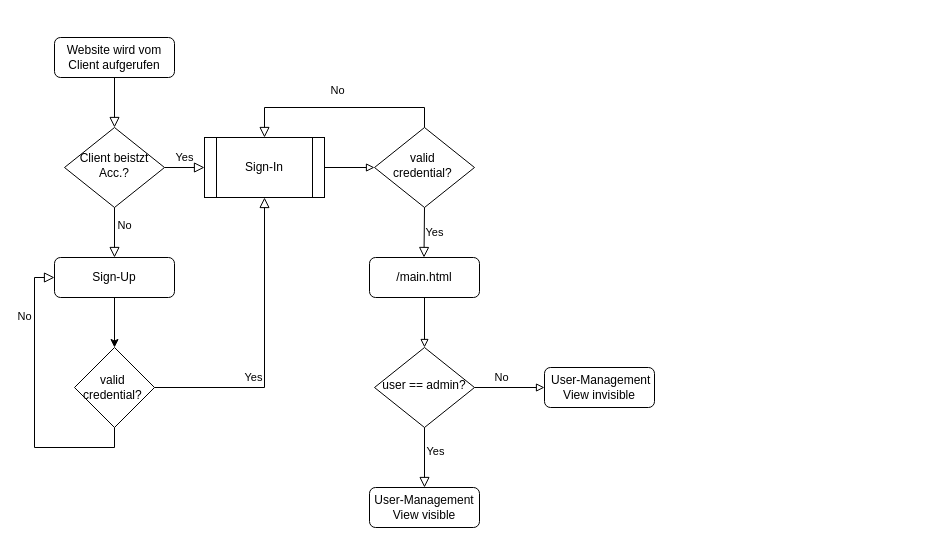
This is Unbenanntes Diagramm.drawio from Cervisiomatisch/SpringBoot_UserManagement, a draw.io file, before an edit. Source tidied: cells renumbered, new cells numbered last; positions are measured from the earlier drawing's top-left corner, leaving out a move shared by most shapes. Both pictures are drawn from the tidied source at 100%, with x=0, y=0 at pixel (54, 37).
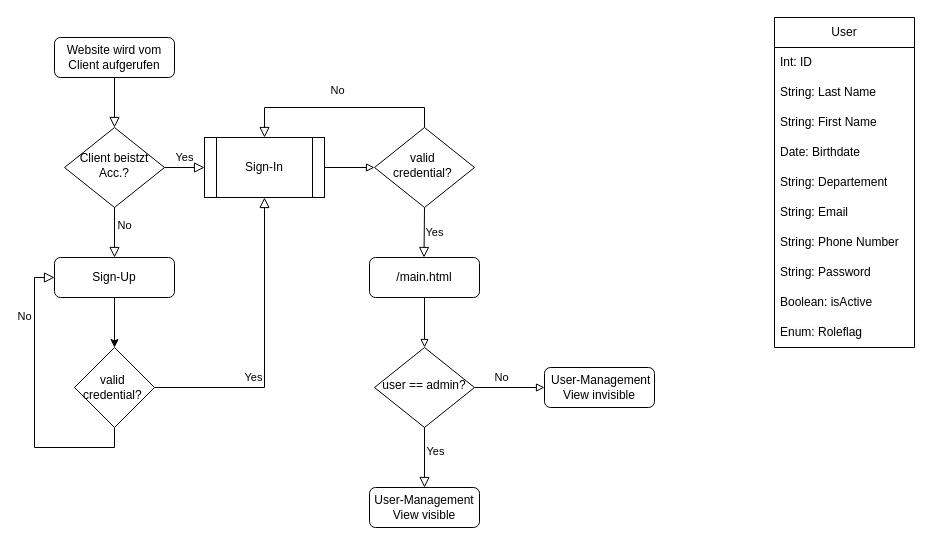
The same page after the edit.

Commit message (it also covers changes not shown here):
Userflow-chart aktualisiert

Change to the diagram source:
```diff
@@
+    <mxCell id="24" value="User" style="swimlane;fontStyle=0;horizontal=1;startSize=30;whiteSpace=wrap;html=1;" parent="1" vertex="1">
+      <mxGeometry x="720" y="-20" width="140" height="330" as="geometry" />
+    </mxCell>
+    <mxCell id="25" value="Int: ID" style="text;strokeColor=none;fillColor=none;align=left;verticalAlign=middle;spacingLeft=4;spacingRight=4;overflow=hidden;whiteSpace=wrap;html=1;" parent="24" vertex="1">
+      <mxGeometry y="30" width="140" height="30" as="geometry" />
+    </mxCell>
+    <mxCell id="26" value="String: Last Name" style="text;strokeColor=none;fillColor=none;align=left;verticalAlign=middle;spacingLeft=4;spacingRight=4;overflow=hidden;whiteSpace=wrap;html=1;" parent="24" vertex="1">
+      <mxGeometry y="60" width="140" height="30" as="geometry" />
+    </mxCell>
+    <mxCell id="27" value="String: First Name" style="text;strokeColor=none;fillColor=none;align=left;verticalAlign=middle;spacingLeft=4;spacingRight=4;overflow=hidden;whiteSpace=wrap;html=1;" parent="24" vertex="1">
+      <mxGeometry y="90" width="140" height="30" as="geometry" />
+    </mxCell>
+    <mxCell id="28" value="Date: Birthdate" style="text;strokeColor=none;fillColor=none;align=left;verticalAlign=middle;spacingLeft=4;spacingRight=4;overflow=hidden;whiteSpace=wrap;html=1;" parent="24" vertex="1">
+      <mxGeometry y="120" width="140" height="30" as="geometry" />
+    </mxCell>
+    <mxCell id="29" value="String: Departement" style="text;strokeColor=none;fillColor=none;align=left;verticalAlign=middle;spacingLeft=4;spacingRight=4;overflow=hidden;whiteSpace=wrap;html=1;" parent="24" vertex="1">
+      <mxGeometry y="150" width="140" height="30" as="geometry" />
+    </mxCell>
+    <mxCell id="30" value="String: Email" style="text;strokeColor=none;fillColor=none;align=left;verticalAlign=middle;spacingLeft=4;spacingRight=4;overflow=hidden;whiteSpace=wrap;html=1;" parent="24" vertex="1">
+      <mxGeometry y="180" width="140" height="30" as="geometry" />
+    </mxCell>
+    <mxCell id="31" value="String: Phone Number" style="text;strokeColor=none;fillColor=none;align=left;verticalAlign=middle;spacingLeft=4;spacingRight=4;overflow=hidden;whiteSpace=wrap;html=1;" parent="24" vertex="1">
+      <mxGeometry y="210" width="140" height="30" as="geometry" />
+    </mxCell>
+    <mxCell id="32" value="String: Password" style="text;strokeColor=none;fillColor=none;align=left;verticalAlign=middle;spacingLeft=4;spacingRight=4;overflow=hidden;whiteSpace=wrap;html=1;" parent="24" vertex="1">
+      <mxGeometry y="240" width="140" height="30" as="geometry" />
+    </mxCell>
+    <mxCell id="33" value="Boolean: isActive" style="text;strokeColor=none;fillColor=none;align=left;verticalAlign=middle;spacingLeft=4;spacingRight=4;overflow=hidden;whiteSpace=wrap;html=1;" parent="24" vertex="1">
+      <mxGeometry y="270" width="140" height="30" as="geometry" />
+    </mxCell>
+    <mxCell id="34" value="&lt;span style=&quot;color: rgb(0, 0, 0); font-family: Helvetica; font-size: 12px; font-style: normal; font-variant-ligatures: normal; font-variant-caps: normal; font-weight: 400; letter-spacing: normal; orphans: 2; text-align: left; text-indent: 0px; text-transform: none; widows: 2; word-spacing: 0px; -webkit-text-stroke-width: 0px; white-space: normal; background-color: rgb(251, 251, 251); text-decoration-thickness: initial; text-decoration-style: initial; text-decoration-color: initial; display: inline !important; float: none;&quot;&gt;Enum: Roleflag&lt;/span&gt;" style="text;strokeColor=none;fillColor=none;align=left;verticalAlign=middle;spacingLeft=4;spacingRight=4;overflow=hidden;whiteSpace=wrap;html=1;" parent="24" vertex="1">
+      <mxGeometry y="300" width="140" height="30" as="geometry" />
+    </mxCell>
```
